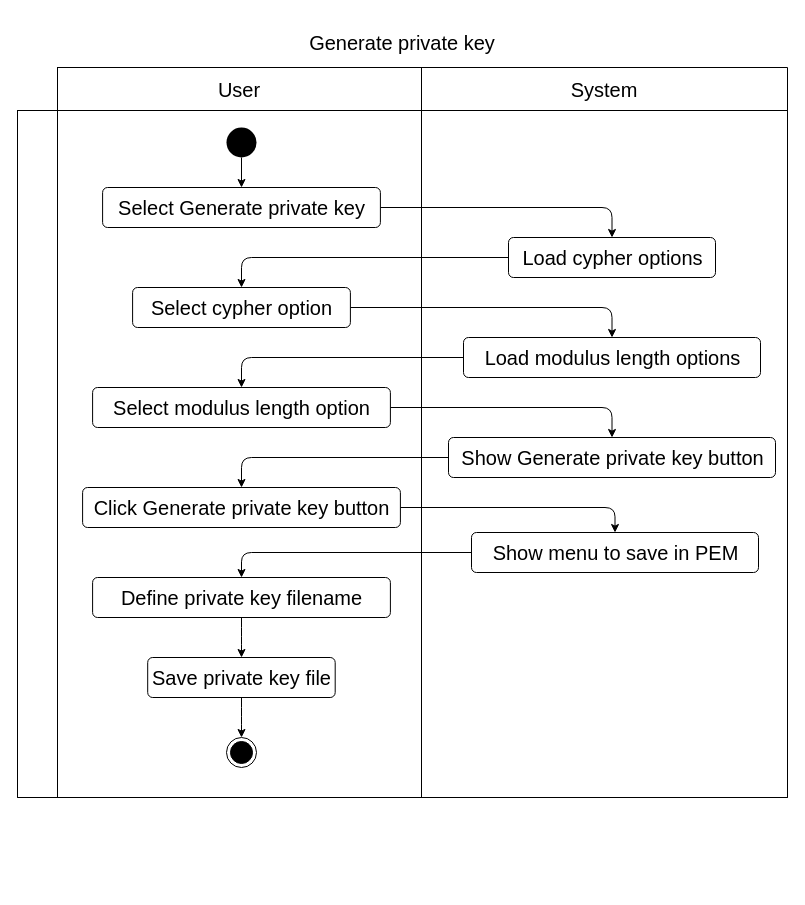
This is diagrams/activities/generate-private-key.drawio from luvitale/inti-digital-signature, a draw.io file, before an edit. Source tidied: cells renumbered, new cells numbered last; positions are measured from the earlier drawing's top-left corner, leaving out a move shared by most shapes. Both pictures are drawn from the tidied source at 100%, with x=0, y=0 at pixel (17, 17).
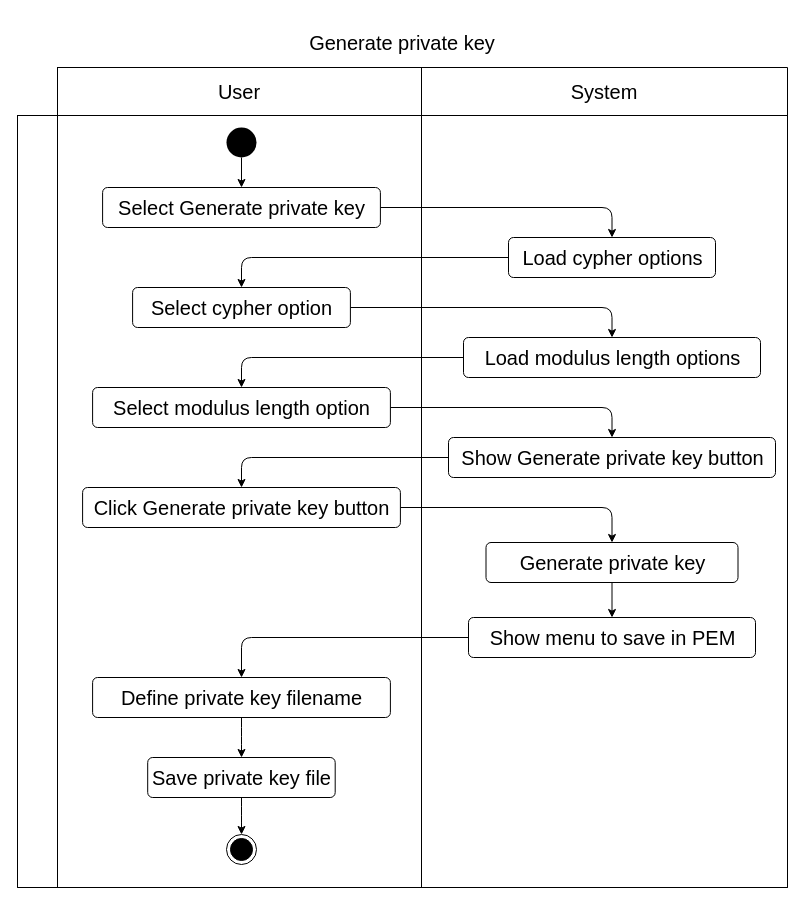
The same diagram, later.

Commit message (it also covers changes not shown here):
Done activity diagrams

Unchanged cells that the change refers to:
```xml
<mxCell id="24" value="Click Generate private key button" style="html=1;align=center;verticalAlign=middle;rounded=1;absoluteArcSize=1;arcSize=10;dashed=0;fontSize=20;" parent="1" vertex="1">
  <mxGeometry x="65.1" y="470" width="317.8" height="40" as="geometry" />
</mxCell>
```

What changed in the source:
```diff
@@
     <mxCell id="2" value="Generate private key" style="shape=table;html=1;whiteSpace=wrap;startSize=50;childLayout=tableLayout;fillColor=none;swimlaneFillColor=none;strokeColor=none;fontSize=20;" parent="1" vertex="1">
-      <mxGeometry width="770" height="780" as="geometry" />
+      <mxGeometry width="770" height="870" as="geometry" />
     </mxCell>
     <mxCell id="3" style="shape=partialRectangle;html=1;whiteSpace=wrap;fillColor=none;top=0;left=0;bottom=0;right=0;strokeColor=none;fontSize=20;" parent="2" vertex="1">
-      <mxGeometry y="50" width="770" height="43" as="geometry" />
+      <mxGeometry y="50" width="770" height="48" as="geometry" />
     </mxCell>
     <mxCell id="4" style="shape=partialRectangle;html=1;whiteSpace=wrap;fillColor=none;top=1;left=1;bottom=1;right=1;overflow=hidden;strokeColor=none;fontSize=20;" parent="3" vertex="1">
-      <mxGeometry width="40" height="43" as="geometry" />
+      <mxGeometry width="40" height="48" as="geometry" />
     </mxCell>
     <mxCell id="5" value="User" style="shape=partialRectangle;html=1;whiteSpace=wrap;fillColor=none;top=1;left=1;bottom=1;right=1;overflow=hidden;fontSize=20;" parent="3" vertex="1">
-      <mxGeometry x="40" width="364" height="43" as="geometry" />
+      <mxGeometry x="40" width="364" height="48" as="geometry" />
     </mxCell>
     <mxCell id="6" value="System" style="shape=partialRectangle;html=1;whiteSpace=wrap;fillColor=none;top=1;left=1;bottom=1;right=1;overflow=hidden;fontSize=20;" parent="3" vertex="1">
-      <mxGeometry x="404" width="366" height="43" as="geometry" />
+      <mxGeometry x="404" width="366" height="48" as="geometry" />
     </mxCell>
     <mxCell id="7" style="shape=partialRectangle;html=1;whiteSpace=wrap;fillColor=none;top=1;left=1;bottom=1;right=1;fontSize=20;" parent="2" vertex="1">
-      <mxGeometry y="93" width="770" height="687" as="geometry" />
+      <mxGeometry y="98" width="770" height="772" as="geometry" />
     </mxCell>
     <mxCell id="8" style="shape=partialRectangle;html=1;whiteSpace=wrap;fillColor=none;top=1;left=1;bottom=1;right=1;overflow=hidden;horizontal=0;fontSize=20;" parent="7" vertex="1">
-      <mxGeometry width="40" height="687" as="geometry" />
+      <mxGeometry width="40" height="772" as="geometry" />
     </mxCell>
     <mxCell id="9" style="shape=partialRectangle;html=1;whiteSpace=wrap;fillColor=none;top=1;left=1;bottom=1;right=1;overflow=hidden;fontSize=20;" parent="7" vertex="1">
-      <mxGeometry x="40" width="364" height="687" as="geometry" />
+      <mxGeometry x="40" width="364" height="772" as="geometry" />
     </mxCell>
     <mxCell id="10" style="shape=partialRectangle;html=1;whiteSpace=wrap;fillColor=none;top=1;left=1;bottom=1;right=1;overflow=hidden;fontSize=20;" parent="7" vertex="1">
-      <mxGeometry x="404" width="366" height="687" as="geometry" />
+      <mxGeometry x="404" width="366" height="772" as="geometry" />
     </mxCell>
@@
-    <mxCell id="23" style="edgeStyle=orthogonalEdgeStyle;html=1;fontSize=20;" parent="1" edge="1" source="24" target="26">
-      <mxGeometry relative="1" as="geometry" />
-    </mxCell>
+    <mxCell id="34" style="edgeStyle=orthogonalEdgeStyle;html=1;" parent="1" edge="1" source="24" target="36">
+      <mxGeometry relative="1" as="geometry" />
+    </mxCell>
@@
     <mxCell id="26" value="Show menu to save in PEM" style="html=1;align=center;verticalAlign=middle;rounded=1;absoluteArcSize=1;arcSize=10;dashed=0;fontSize=20;" parent="1" vertex="1">
-      <mxGeometry x="454" y="515" width="287" height="40" as="geometry" />
+      <mxGeometry x="451" y="600" width="287" height="40" as="geometry" />
     </mxCell>
@@
     <mxCell id="28" value="Define private key filename" style="html=1;align=center;verticalAlign=middle;rounded=1;absoluteArcSize=1;arcSize=10;dashed=0;fontSize=20;" parent="1" vertex="1">
-      <mxGeometry x="75.1" y="560" width="297.8" height="40" as="geometry" />
+      <mxGeometry x="75.1" y="660" width="297.8" height="40" as="geometry" />
     </mxCell>
@@
     <mxCell id="30" value="Save private key file" style="html=1;align=center;verticalAlign=middle;rounded=1;absoluteArcSize=1;arcSize=10;dashed=0;fontSize=20;" parent="1" vertex="1">
-      <mxGeometry x="130.2" y="640" width="187.5" height="40" as="geometry" />
+      <mxGeometry x="130.2" y="740" width="187.5" height="40" as="geometry" />
     </mxCell>
@@
     <mxCell id="33" style="ellipse;html=1;shape=endState;fillColor=#000000;strokeColor=#000000;fontSize=20;" parent="1" vertex="1">
-      <mxGeometry x="209" y="720" width="30" height="30" as="geometry" />
+      <mxGeometry x="209" y="817" width="30" height="30" as="geometry" />
     </mxCell>
+    <mxCell id="35" style="edgeStyle=orthogonalEdgeStyle;html=1;" parent="1" edge="1" source="36" target="26">
+      <mxGeometry relative="1" as="geometry" />
+    </mxCell>
+    <mxCell id="36" value="Generate private key" style="html=1;align=center;verticalAlign=middle;rounded=1;absoluteArcSize=1;arcSize=10;dashed=0;fontSize=20;" parent="1" vertex="1">
+      <mxGeometry x="468.5" y="525" width="252" height="40" as="geometry" />
+    </mxCell>
```
